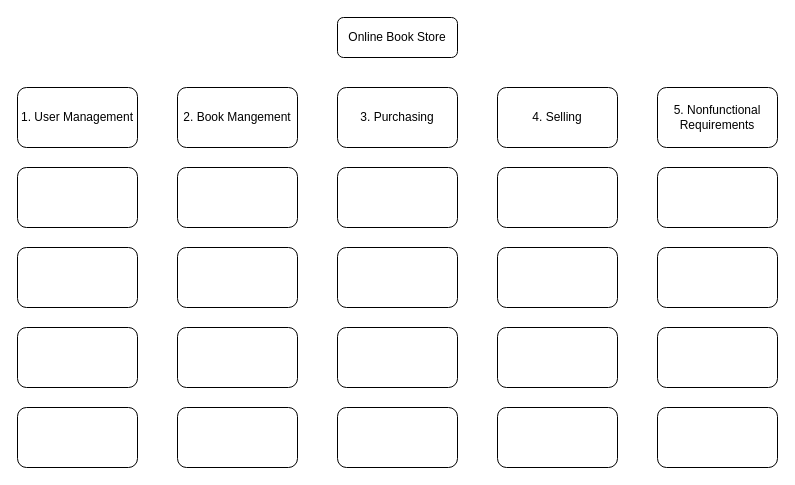
The draw.io diagram Untitled Diagram.drawio in NicholasMickovski/Python-Interview-Practice, before the edit. Source tidied: cells renumbered, new cells numbered last; positions are measured from the earlier drawing's top-left corner, leaving out a move shared by most shapes. Both pictures are drawn from the tidied source at 100%, with x=0, y=0 at pixel (17, 17).
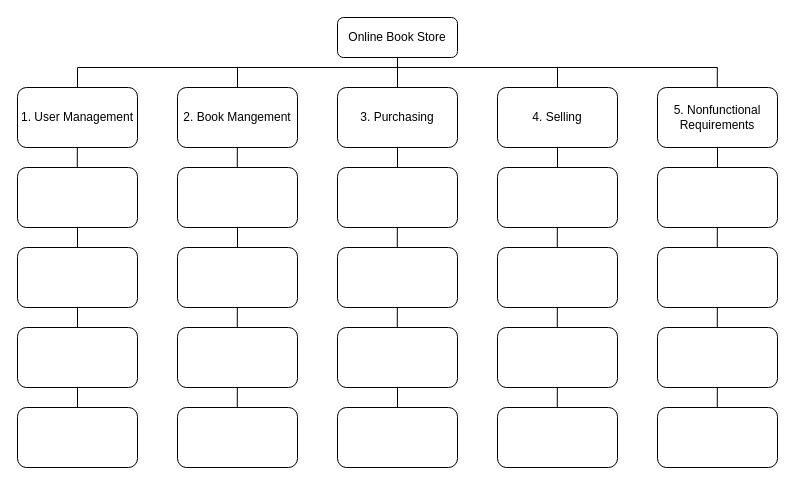
The same page after the edit.

Commit message (it also covers changes not shown here):
RBS Structure

The change refers to these unchanged cells:
```xml
<mxCell id="2" value="Online Book Store" style="rounded=1;whiteSpace=wrap;html=1;" parent="1" vertex="1">
  <mxGeometry x="320" width="120" height="40" as="geometry" />
</mxCell>
<mxCell id="3" value="3. Purchasing" style="rounded=1;whiteSpace=wrap;html=1;" parent="1" vertex="1">
  <mxGeometry x="320" y="70" width="120" height="60" as="geometry" />
</mxCell>
<mxCell id="4" value="4. Selling" style="rounded=1;whiteSpace=wrap;html=1;" parent="1" vertex="1">
  <mxGeometry x="480" y="70" width="120" height="60" as="geometry" />
</mxCell>
<mxCell id="12" style="rounded=1;whiteSpace=wrap;html=1;" parent="1" vertex="1">
  <mxGeometry x="480" y="150" width="120" height="60" as="geometry" />
</mxCell>
<mxCell id="16" style="rounded=1;whiteSpace=wrap;html=1;" parent="1" vertex="1">
  <mxGeometry x="320" y="150" width="120" height="60" as="geometry" />
</mxCell>
```

The edit, as a diff of the source:
```diff
@@
+    <mxCell id="28" style="endArrow=none;html=1;rounded=0;entryX=0.5;entryY=1;entryDx=0;entryDy=0;exitX=0.5;exitY=0;exitDx=0;exitDy=0;" parent="1" edge="1" source="3" target="2">
+      <mxGeometry relative="1" as="geometry" />
+    </mxCell>
+    <mxCell id="29" style="endArrow=none;html=1;rounded=0;entryX=0.5;entryY=1;entryDx=0;entryDy=0;exitX=0.5;exitY=0;exitDx=0;exitDy=0;" parent="1" edge="1" source="16" target="3">
+      <mxGeometry relative="1" as="geometry" />
+    </mxCell>
+    <mxCell id="30" style="endArrow=none;html=1;rounded=0;entryX=0.5;entryY=1;entryDx=0;entryDy=0;exitX=0.5;exitY=0;exitDx=0;exitDy=0;" parent="1" edge="1" source="12" target="4">
+      <mxGeometry relative="1" as="geometry" />
+    </mxCell>
+    <mxCell id="31" style="endArrow=none;html=1;rounded=0;entryX=0.5;entryY=1;entryDx=0;entryDy=0;exitX=0.5;exitY=0;exitDx=0;exitDy=0;" parent="1" edge="1">
+      <mxGeometry relative="1" as="geometry">
+        <mxPoint x="539.8" y="230" as="sourcePoint" />
+        <mxPoint x="539.8" y="210" as="targetPoint" />
+      </mxGeometry>
+    </mxCell>
+    <mxCell id="32" style="endArrow=none;html=1;rounded=0;entryX=0.5;entryY=1;entryDx=0;entryDy=0;exitX=0.5;exitY=0;exitDx=0;exitDy=0;" parent="1" edge="1">
+      <mxGeometry relative="1" as="geometry">
+        <mxPoint x="539.8" y="310" as="sourcePoint" />
+        <mxPoint x="539.8" y="290" as="targetPoint" />
+      </mxGeometry>
+    </mxCell>
+    <mxCell id="33" style="endArrow=none;html=1;rounded=0;entryX=0.5;entryY=1;entryDx=0;entryDy=0;exitX=0.5;exitY=0;exitDx=0;exitDy=0;" parent="1" edge="1">
+      <mxGeometry relative="1" as="geometry">
+        <mxPoint x="379.8" y="230" as="sourcePoint" />
+        <mxPoint x="379.8" y="210" as="targetPoint" />
+      </mxGeometry>
+    </mxCell>
+    <mxCell id="34" style="endArrow=none;html=1;rounded=0;entryX=0.5;entryY=1;entryDx=0;entryDy=0;exitX=0.5;exitY=0;exitDx=0;exitDy=0;" parent="1" edge="1">
+      <mxGeometry relative="1" as="geometry">
+        <mxPoint x="379.8" y="310" as="sourcePoint" />
+        <mxPoint x="379.8" y="290" as="targetPoint" />
+      </mxGeometry>
+    </mxCell>
+    <mxCell id="35" style="endArrow=none;html=1;rounded=0;entryX=0.5;entryY=1;entryDx=0;entryDy=0;exitX=0.5;exitY=0;exitDx=0;exitDy=0;" parent="1" edge="1">
+      <mxGeometry relative="1" as="geometry">
+        <mxPoint x="699.8" y="390" as="sourcePoint" />
+        <mxPoint x="699.8" y="370" as="targetPoint" />
+      </mxGeometry>
+    </mxCell>
+    <mxCell id="36" style="endArrow=none;html=1;rounded=0;entryX=0.5;entryY=1;entryDx=0;entryDy=0;exitX=0.5;exitY=0;exitDx=0;exitDy=0;" parent="1" edge="1">
+      <mxGeometry relative="1" as="geometry">
+        <mxPoint x="699.8" y="310" as="sourcePoint" />
+        <mxPoint x="699.8" y="290" as="targetPoint" />
+      </mxGeometry>
+    </mxCell>
+    <mxCell id="37" style="endArrow=none;html=1;rounded=0;entryX=0.5;entryY=1;entryDx=0;entryDy=0;exitX=0.5;exitY=0;exitDx=0;exitDy=0;" parent="1" edge="1">
+      <mxGeometry relative="1" as="geometry">
+        <mxPoint x="539.8" y="390" as="sourcePoint" />
+        <mxPoint x="539.8" y="370" as="targetPoint" />
+      </mxGeometry>
+    </mxCell>
+    <mxCell id="38" style="endArrow=none;html=1;rounded=0;entryX=0.5;entryY=1;entryDx=0;entryDy=0;exitX=0.5;exitY=0;exitDx=0;exitDy=0;" parent="1" edge="1">
+      <mxGeometry relative="1" as="geometry">
+        <mxPoint x="699.8" y="230" as="sourcePoint" />
+        <mxPoint x="699.8" y="210" as="targetPoint" />
+      </mxGeometry>
+    </mxCell>
+    <mxCell id="39" style="endArrow=none;html=1;rounded=0;entryX=0.5;entryY=1;entryDx=0;entryDy=0;exitX=0.5;exitY=0;exitDx=0;exitDy=0;" parent="1" edge="1">
+      <mxGeometry relative="1" as="geometry">
+        <mxPoint x="700" y="150" as="sourcePoint" />
+        <mxPoint x="700" y="130" as="targetPoint" />
+      </mxGeometry>
+    </mxCell>
+    <mxCell id="40" style="endArrow=none;html=1;rounded=0;entryX=0.5;entryY=1;entryDx=0;entryDy=0;exitX=0.5;exitY=0;exitDx=0;exitDy=0;" parent="1" edge="1">
+      <mxGeometry relative="1" as="geometry">
+        <mxPoint x="219.8" y="150" as="sourcePoint" />
+        <mxPoint x="219.8" y="130" as="targetPoint" />
+      </mxGeometry>
+    </mxCell>
+    <mxCell id="41" style="endArrow=none;html=1;rounded=0;entryX=0.5;entryY=1;entryDx=0;entryDy=0;exitX=0.5;exitY=0;exitDx=0;exitDy=0;" parent="1" edge="1">
+      <mxGeometry relative="1" as="geometry">
+        <mxPoint x="59.8" y="150" as="sourcePoint" />
+        <mxPoint x="59.8" y="130" as="targetPoint" />
+      </mxGeometry>
+    </mxCell>
+    <mxCell id="42" style="endArrow=none;html=1;rounded=0;entryX=0.5;entryY=1;entryDx=0;entryDy=0;exitX=0.5;exitY=0;exitDx=0;exitDy=0;" parent="1" edge="1">
+      <mxGeometry relative="1" as="geometry">
+        <mxPoint x="60" y="230" as="sourcePoint" />
+        <mxPoint x="60" y="210" as="targetPoint" />
+      </mxGeometry>
+    </mxCell>
+    <mxCell id="43" style="endArrow=none;html=1;rounded=0;entryX=0.5;entryY=1;entryDx=0;entryDy=0;exitX=0.5;exitY=0;exitDx=0;exitDy=0;" parent="1" edge="1">
+      <mxGeometry relative="1" as="geometry">
+        <mxPoint x="220" y="230" as="sourcePoint" />
+        <mxPoint x="220" y="210" as="targetPoint" />
+      </mxGeometry>
+    </mxCell>
+    <mxCell id="44" style="endArrow=none;html=1;rounded=0;entryX=0.5;entryY=1;entryDx=0;entryDy=0;exitX=0.5;exitY=0;exitDx=0;exitDy=0;" parent="1" edge="1">
+      <mxGeometry relative="1" as="geometry">
+        <mxPoint x="60" y="310" as="sourcePoint" />
+        <mxPoint x="60" y="290" as="targetPoint" />
+      </mxGeometry>
+    </mxCell>
+    <mxCell id="45" style="endArrow=none;html=1;rounded=0;entryX=0.5;entryY=1;entryDx=0;entryDy=0;exitX=0.5;exitY=0;exitDx=0;exitDy=0;" parent="1" edge="1">
+      <mxGeometry relative="1" as="geometry">
+        <mxPoint x="60" y="390" as="sourcePoint" />
+        <mxPoint x="60" y="370" as="targetPoint" />
+      </mxGeometry>
+    </mxCell>
+    <mxCell id="46" style="endArrow=none;html=1;rounded=0;entryX=0.5;entryY=1;entryDx=0;entryDy=0;exitX=0.5;exitY=0;exitDx=0;exitDy=0;" parent="1" edge="1">
+      <mxGeometry relative="1" as="geometry">
+        <mxPoint x="219.8" y="390" as="sourcePoint" />
+        <mxPoint x="219.8" y="370" as="targetPoint" />
+      </mxGeometry>
+    </mxCell>
+    <mxCell id="47" style="endArrow=none;html=1;rounded=0;entryX=0.5;entryY=1;entryDx=0;entryDy=0;exitX=0.5;exitY=0;exitDx=0;exitDy=0;" parent="1" edge="1">
+      <mxGeometry relative="1" as="geometry">
+        <mxPoint x="219.8" y="310" as="sourcePoint" />
+        <mxPoint x="219.8" y="290" as="targetPoint" />
+      </mxGeometry>
+    </mxCell>
+    <mxCell id="48" style="endArrow=none;html=1;rounded=0;entryX=0.5;entryY=1;entryDx=0;entryDy=0;exitX=0.5;exitY=0;exitDx=0;exitDy=0;" parent="1" edge="1">
+      <mxGeometry relative="1" as="geometry">
+        <mxPoint x="380" y="390" as="sourcePoint" />
+        <mxPoint x="380" y="370" as="targetPoint" />
+      </mxGeometry>
+    </mxCell>
+    <mxCell id="49" style="endArrow=none;html=1;rounded=0;" parent="1" edge="1">
+      <mxGeometry relative="1" as="geometry">
+        <mxPoint x="60" y="50" as="sourcePoint" />
+        <mxPoint x="700" y="50" as="targetPoint" />
+      </mxGeometry>
+    </mxCell>
+    <mxCell id="50" style="endArrow=none;html=1;rounded=0;entryX=0.5;entryY=1;entryDx=0;entryDy=0;exitX=0.5;exitY=0;exitDx=0;exitDy=0;" parent="1" edge="1">
+      <mxGeometry relative="1" as="geometry">
+        <mxPoint x="699.8" y="70" as="sourcePoint" />
+        <mxPoint x="699.8" y="50" as="targetPoint" />
+      </mxGeometry>
+    </mxCell>
+    <mxCell id="51" style="endArrow=none;html=1;rounded=0;entryX=0.5;entryY=1;entryDx=0;entryDy=0;exitX=0.5;exitY=0;exitDx=0;exitDy=0;" parent="1" edge="1">
+      <mxGeometry relative="1" as="geometry">
+        <mxPoint x="540" y="70" as="sourcePoint" />
+        <mxPoint x="540" y="50" as="targetPoint" />
+      </mxGeometry>
+    </mxCell>
+    <mxCell id="52" style="endArrow=none;html=1;rounded=0;entryX=0.5;entryY=1;entryDx=0;entryDy=0;exitX=0.5;exitY=0;exitDx=0;exitDy=0;" parent="1" edge="1">
+      <mxGeometry relative="1" as="geometry">
+        <mxPoint x="220" y="70" as="sourcePoint" />
+        <mxPoint x="220" y="50" as="targetPoint" />
+      </mxGeometry>
+    </mxCell>
+    <mxCell id="53" style="endArrow=none;html=1;rounded=0;entryX=0.5;entryY=1;entryDx=0;entryDy=0;exitX=0.5;exitY=0;exitDx=0;exitDy=0;" parent="1" edge="1">
+      <mxGeometry relative="1" as="geometry">
+        <mxPoint x="60" y="70" as="sourcePoint" />
+        <mxPoint x="60" y="50" as="targetPoint" />
+      </mxGeometry>
+    </mxCell>
```
